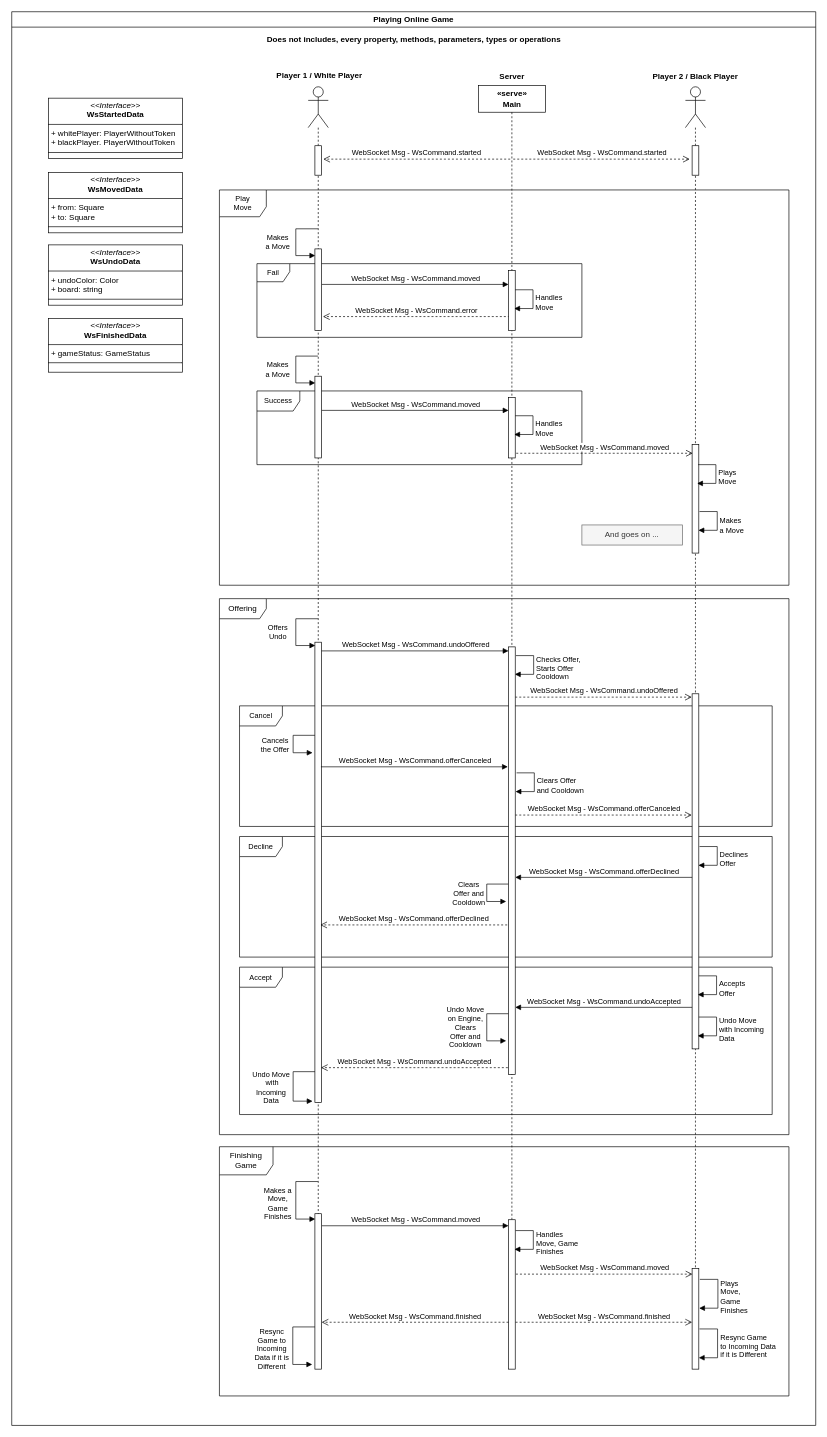
SuperLogic-stack/chess-arena keeps this draw.io diagram as page "Playing-Online-Game" (4 of 5) of docs/chess-platform.drawio. Above is the earlier version. Source tidied: cells renumbered, new cells numbered last; positions are measured from the earlier drawing's top-left corner, leaving out a move shared by most shapes. Both pictures are drawn from the tidied source at 67%, with x=0, y=0 at pixel (11, 11).
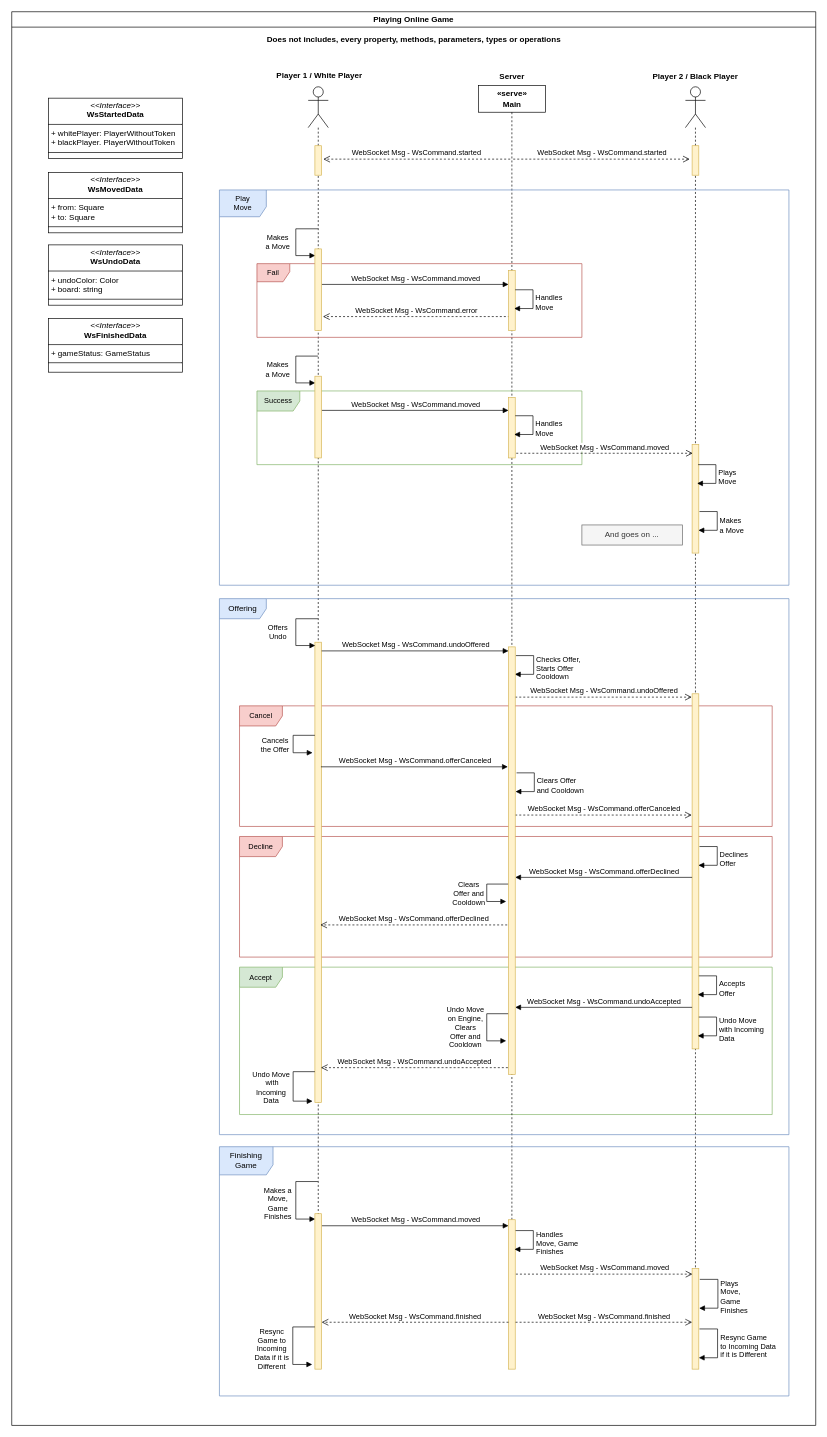
The same page after the edit.

Unchanged cells that the change refers to:
```xml
<mxCell id="2" value="Playing Online Game" style="swimlane;" parent="1" vertex="1">
  <mxGeometry width="1200" height="2110" as="geometry" />
</mxCell>
<mxCell id="7" style="shape=umlLifeline;perimeter=lifelinePerimeter;whiteSpace=wrap;html=1;newEdgeStyle={&quot;curved&quot;:0,&quot;rounded&quot;:0};participant=umlActor;size=61;" parent="2" vertex="1">
  <mxGeometry x="442.5" y="112" width="30" height="1878" as="geometry" />
</mxCell>
<mxCell id="14" style="shape=umlLifeline;perimeter=lifelinePerimeter;whiteSpace=wrap;html=1;newEdgeStyle={&quot;curved&quot;:0,&quot;rounded&quot;:0};participant=umlActor;size=61;" parent="2" vertex="1">
  <mxGeometry x="1005.5" y="112" width="30" height="1878" as="geometry" />
</mxCell>
```

Diff of the diagram source:
```diff
@@
-    <mxCell id="3" value="Accept" style="shape=umlFrame;whiteSpace=wrap;html=1;width=64;height=30;fontSize=11;" parent="2" vertex="1">
+    <mxCell id="3" value="Accept" style="shape=umlFrame;whiteSpace=wrap;html=1;width=64;height=30;fontSize=11;fillColor=#d5e8d4;strokeColor=#82b366;" parent="2" vertex="1">
       <mxGeometry x="340" y="1426" width="795" height="220" as="geometry" />
     </mxCell>
-    <mxCell id="4" value="Decline" style="shape=umlFrame;whiteSpace=wrap;html=1;width=64;height=30;fontSize=11;" parent="2" vertex="1">
+    <mxCell id="4" value="Decline" style="shape=umlFrame;whiteSpace=wrap;html=1;width=64;height=30;fontSize=11;fillColor=#f8cecc;strokeColor=#b85450;" parent="2" vertex="1">
       <mxGeometry x="340" y="1231" width="795" height="180" as="geometry" />
     </mxCell>
-    <mxCell id="5" value="Cancel" style="shape=umlFrame;whiteSpace=wrap;html=1;width=64;height=30;fontSize=11;" parent="2" vertex="1">
+    <mxCell id="5" value="Cancel" style="shape=umlFrame;whiteSpace=wrap;html=1;width=64;height=30;fontSize=11;fillColor=#f8cecc;strokeColor=#b85450;" parent="2" vertex="1">
       <mxGeometry x="340" y="1036" width="795" height="180" as="geometry" />
     </mxCell>
@@
-    <mxCell id="8" style="html=1;perimeter=orthogonalPerimeter;targetShapes=umlLifeline;newEdgeStyle={&quot;curved&quot;:0,&quot;rounded&quot;:0};" parent="7" vertex="1">
+    <mxCell id="8" style="html=1;perimeter=orthogonalPerimeter;targetShapes=umlLifeline;newEdgeStyle={&quot;curved&quot;:0,&quot;rounded&quot;:0};fillColor=#fff2cc;strokeColor=#d6b656;" parent="7" vertex="1">
       <mxGeometry x="10" y="829" width="10" height="687" as="geometry" />
     </mxCell>
-    <mxCell id="9" style="html=1;perimeter=orthogonalPerimeter;targetShapes=umlLifeline;newEdgeStyle={&quot;curved&quot;:0,&quot;rounded&quot;:0};" parent="7" vertex="1">
+    <mxCell id="9" style="html=1;perimeter=orthogonalPerimeter;targetShapes=umlLifeline;newEdgeStyle={&quot;curved&quot;:0,&quot;rounded&quot;:0};fillColor=#fff2cc;strokeColor=#d6b656;" parent="7" vertex="1">
       <mxGeometry x="10" y="88" width="10" height="44" as="geometry" />
     </mxCell>
@@
-    <mxCell id="15" style="html=1;perimeter=orthogonalPerimeter;targetShapes=umlLifeline;newEdgeStyle={&quot;curved&quot;:0,&quot;rounded&quot;:0};" parent="14" vertex="1">
+    <mxCell id="15" style="html=1;perimeter=orthogonalPerimeter;targetShapes=umlLifeline;newEdgeStyle={&quot;curved&quot;:0,&quot;rounded&quot;:0};fillColor=#fff2cc;strokeColor=#d6b656;" parent="14" vertex="1">
       <mxGeometry x="10" y="534" width="10" height="162" as="geometry" />
     </mxCell>
-    <mxCell id="16" style="html=1;perimeter=orthogonalPerimeter;targetShapes=umlLifeline;newEdgeStyle={&quot;curved&quot;:0,&quot;rounded&quot;:0};" parent="14" vertex="1">
+    <mxCell id="16" style="html=1;perimeter=orthogonalPerimeter;targetShapes=umlLifeline;newEdgeStyle={&quot;curved&quot;:0,&quot;rounded&quot;:0};fillColor=#fff2cc;strokeColor=#d6b656;" parent="14" vertex="1">
       <mxGeometry x="10" y="906" width="10" height="530" as="geometry" />
     </mxCell>
-    <mxCell id="17" style="html=1;perimeter=orthogonalPerimeter;targetShapes=umlLifeline;newEdgeStyle={&quot;curved&quot;:0,&quot;rounded&quot;:0};" parent="14" vertex="1">
+    <mxCell id="17" style="html=1;perimeter=orthogonalPerimeter;targetShapes=umlLifeline;newEdgeStyle={&quot;curved&quot;:0,&quot;rounded&quot;:0};fillColor=#fff2cc;strokeColor=#d6b656;" parent="14" vertex="1">
       <mxGeometry x="10" y="88" width="10" height="44" as="geometry" />
     </mxCell>
@@
-    <mxCell id="20" value="&lt;div&gt;Play&lt;/div&gt;&lt;div&gt;Move&lt;br&gt;&lt;/div&gt;" style="shape=umlFrame;whiteSpace=wrap;html=1;width=70;height=40;fontSize=11;" parent="2" vertex="1">
+    <mxCell id="20" value="&lt;div&gt;Play&lt;/div&gt;&lt;div&gt;Move&lt;br&gt;&lt;/div&gt;" style="shape=umlFrame;whiteSpace=wrap;html=1;width=70;height=40;fontSize=11;fillColor=#dae8fc;strokeColor=#6c8ebf;" parent="2" vertex="1">
       <mxGeometry x="310" y="266" width="850" height="590" as="geometry" />
     </mxCell>
@@
-    <mxCell id="22" style="html=1;perimeter=orthogonalPerimeter;targetShapes=umlLifeline;newEdgeStyle={&quot;curved&quot;:0,&quot;rounded&quot;:0};" parent="2" vertex="1">
+    <mxCell id="22" style="html=1;perimeter=orthogonalPerimeter;targetShapes=umlLifeline;newEdgeStyle={&quot;curved&quot;:0,&quot;rounded&quot;:0};fillColor=#fff2cc;strokeColor=#d6b656;" parent="2" vertex="1">
       <mxGeometry x="741.5" y="386" width="10" height="90" as="geometry" />
     </mxCell>
@@
-    <mxCell id="24" value="Fail" style="shape=umlFrame;whiteSpace=wrap;html=1;width=49;height=27;fontSize=11;" parent="2" vertex="1">
+    <mxCell id="24" value="Fail" style="shape=umlFrame;whiteSpace=wrap;html=1;width=49;height=27;fontSize=11;fillColor=#f8cecc;strokeColor=#b85450;" parent="2" vertex="1">
       <mxGeometry x="366" y="376" width="485" height="110" as="geometry" />
     </mxCell>
@@
-    <mxCell id="26" style="html=1;perimeter=orthogonalPerimeter;targetShapes=umlLifeline;newEdgeStyle={&quot;curved&quot;:0,&quot;rounded&quot;:0};" parent="2" vertex="1">
+    <mxCell id="26" style="html=1;perimeter=orthogonalPerimeter;targetShapes=umlLifeline;newEdgeStyle={&quot;curved&quot;:0,&quot;rounded&quot;:0};fillColor=#fff2cc;strokeColor=#d6b656;" parent="2" vertex="1">
       <mxGeometry x="452.5" y="354" width="10" height="122" as="geometry" />
     </mxCell>
@@
-    <mxCell id="29" style="html=1;perimeter=orthogonalPerimeter;targetShapes=umlLifeline;newEdgeStyle={&quot;curved&quot;:0,&quot;rounded&quot;:0};" parent="2" vertex="1">
+    <mxCell id="29" style="html=1;perimeter=orthogonalPerimeter;targetShapes=umlLifeline;newEdgeStyle={&quot;curved&quot;:0,&quot;rounded&quot;:0};fillColor=#fff2cc;strokeColor=#d6b656;" parent="2" vertex="1">
       <mxGeometry x="741.5" y="576" width="10" height="90" as="geometry" />
     </mxCell>
@@
-    <mxCell id="31" value="Success" style="shape=umlFrame;whiteSpace=wrap;html=1;width=64;height=30;fontSize=11;" parent="2" vertex="1">
+    <mxCell id="31" value="Success" style="shape=umlFrame;whiteSpace=wrap;html=1;width=64;height=30;fontSize=11;fillColor=#d5e8d4;strokeColor=#82b366;" parent="2" vertex="1">
       <mxGeometry x="366" y="566" width="485" height="110" as="geometry" />
     </mxCell>
@@
-    <mxCell id="33" style="html=1;perimeter=orthogonalPerimeter;targetShapes=umlLifeline;newEdgeStyle={&quot;curved&quot;:0,&quot;rounded&quot;:0};" parent="2" vertex="1">
+    <mxCell id="33" style="html=1;perimeter=orthogonalPerimeter;targetShapes=umlLifeline;newEdgeStyle={&quot;curved&quot;:0,&quot;rounded&quot;:0};fillColor=#fff2cc;strokeColor=#d6b656;" parent="2" vertex="1">
       <mxGeometry x="452.5" y="544" width="10" height="122" as="geometry" />
     </mxCell>
@@
-    <mxCell id="61" value="Offering" style="shape=umlFrame;whiteSpace=wrap;html=1;width=70;height=30;" parent="2" vertex="1">
+    <mxCell id="61" value="Offering" style="shape=umlFrame;whiteSpace=wrap;html=1;width=70;height=30;fillColor=#dae8fc;strokeColor=#6c8ebf;" parent="2" vertex="1">
       <mxGeometry x="310" y="876" width="850" height="800" as="geometry" />
     </mxCell>
@@
-    <mxCell id="64" style="html=1;perimeter=orthogonalPerimeter;targetShapes=umlLifeline;newEdgeStyle={&quot;curved&quot;:0,&quot;rounded&quot;:0};" parent="2" vertex="1">
+    <mxCell id="64" style="html=1;perimeter=orthogonalPerimeter;targetShapes=umlLifeline;newEdgeStyle={&quot;curved&quot;:0,&quot;rounded&quot;:0};fillColor=#fff2cc;strokeColor=#d6b656;" parent="2" vertex="1">
       <mxGeometry x="741.5" y="1803" width="10" height="223" as="geometry" />
     </mxCell>
@@
-    <mxCell id="66" style="html=1;perimeter=orthogonalPerimeter;targetShapes=umlLifeline;newEdgeStyle={&quot;curved&quot;:0,&quot;rounded&quot;:0};" parent="2" vertex="1">
+    <mxCell id="66" style="html=1;perimeter=orthogonalPerimeter;targetShapes=umlLifeline;newEdgeStyle={&quot;curved&quot;:0,&quot;rounded&quot;:0};fillColor=#fff2cc;strokeColor=#d6b656;" parent="2" vertex="1">
       <mxGeometry x="452.5" y="1794" width="10" height="232" as="geometry" />
     </mxCell>
-    <mxCell id="67" value="&lt;div&gt;Finishing&lt;/div&gt;&lt;div&gt;Game&lt;br&gt;&lt;/div&gt;" style="shape=umlFrame;whiteSpace=wrap;html=1;width=80;height=42;" parent="2" vertex="1">
+    <mxCell id="67" value="&lt;div&gt;Finishing&lt;/div&gt;&lt;div&gt;Game&lt;br&gt;&lt;/div&gt;" style="shape=umlFrame;whiteSpace=wrap;html=1;width=80;height=42;fillColor=#dae8fc;strokeColor=#6c8ebf;" parent="2" vertex="1">
       <mxGeometry x="310" y="1694" width="850" height="372" as="geometry" />
     </mxCell>
-    <mxCell id="68" style="html=1;perimeter=orthogonalPerimeter;targetShapes=umlLifeline;newEdgeStyle={&quot;curved&quot;:0,&quot;rounded&quot;:0};" parent="2" vertex="1">
+    <mxCell id="68" style="html=1;perimeter=orthogonalPerimeter;targetShapes=umlLifeline;newEdgeStyle={&quot;curved&quot;:0,&quot;rounded&quot;:0};fillColor=#fff2cc;strokeColor=#d6b656;" parent="2" vertex="1">
       <mxGeometry x="1015.5" y="1876" width="10" height="150" as="geometry" />
     </mxCell>
@@
-    <mxCell id="79" style="html=1;perimeter=orthogonalPerimeter;targetShapes=umlLifeline;newEdgeStyle={&quot;curved&quot;:0,&quot;rounded&quot;:0};" parent="1" vertex="1">
+    <mxCell id="79" style="html=1;perimeter=orthogonalPerimeter;targetShapes=umlLifeline;newEdgeStyle={&quot;curved&quot;:0,&quot;rounded&quot;:0};fillColor=#fff2cc;strokeColor=#d6b656;" parent="1" vertex="1">
       <mxGeometry x="741.5" y="948" width="10" height="638" as="geometry" />
     </mxCell>
```
